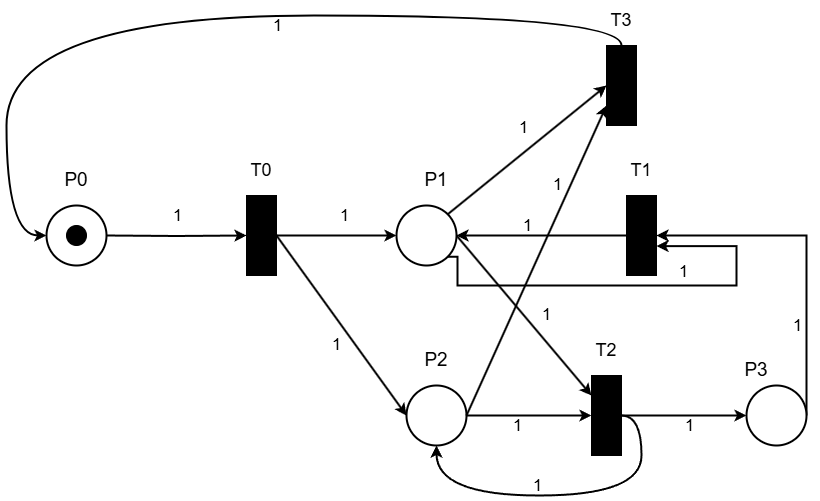
nicolo09/assignment-02 keeps this draw.io diagram as doc/Petri_reactive.png. Above is the earlier version. Source tidied: cells renumbered, new cells last; positions are measured from the earlier drawing's top-left corner, leaving out a move shared by most shapes.
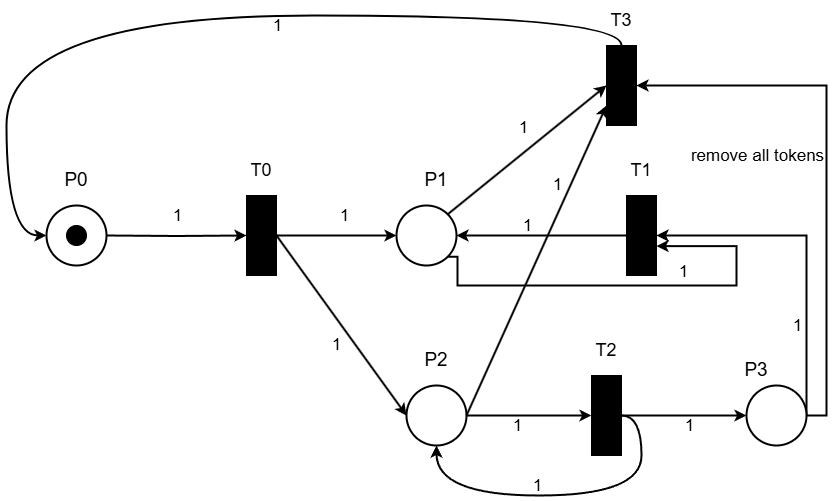
After the change.

Commit message:
Fixed missing arc, added arc

The edit, as a diff of the source:
```diff
@@ -29,14 +29,6 @@
     <mxCell id="8" style="rounded=0;whiteSpace=wrap;html=1;fillColor=#000000;" parent="1" vertex="1">
       <mxGeometry x="240" y="190" width="30" height="80" as="geometry" />
     </mxCell>
-    <mxCell id="9" style="rounded=0;jettySize=auto;html=1;entryX=0;entryY=0.25;entryDx=0;entryDy=0;exitX=1;exitY=0.5;exitDx=0;exitDy=0;strokeWidth=2;" parent="1" edge="1" source="11" target="19">
-      <mxGeometry relative="1" as="geometry" />
-    </mxCell>
-    <mxCell id="10" value="1" style="edgeLabel;html=1;align=center;verticalAlign=middle;labelBackgroundColor=none;fontSize=17;" parent="9" vertex="1">
-      <mxGeometry x="-0.02" y="3" relative="1" as="geometry">
-        <mxPoint x="21" y="3" as="offset" />
-      </mxGeometry>
-    </mxCell>
     <mxCell id="11" style="ellipse;whiteSpace=wrap;html=1;strokeWidth=2;" parent="1" vertex="1">
       <mxGeometry x="390" y="200" width="60" height="60" as="geometry" />
     </mxCell>
@@ -176,5 +168,13 @@
         <mxPoint x="20" y="-17" as="offset" />
       </mxGeometry>
     </mxCell>
+    <mxCell id="44" style="rounded=0;jettySize=auto;html=1;exitX=1;exitY=0.5;exitDx=0;exitDy=0;entryX=1;entryY=0.5;entryDx=0;entryDy=0;strokeWidth=2;edgeStyle=orthogonalEdgeStyle;" parent="1" edge="1" source="22" target="37">
+      <mxGeometry relative="1" as="geometry" />
+    </mxCell>
+    <mxCell id="45" value="remove all tokens" style="edgeLabel;html=1;align=center;verticalAlign=middle;fontSize=17;labelBackgroundColor=none;" parent="44" vertex="1">
+      <mxGeometry x="-0.17" y="-5" relative="1" as="geometry">
+        <mxPoint x="-75" y="-57" as="offset" />
+      </mxGeometry>
+    </mxCell>
   </root>
 </mxGraphModel>
```
